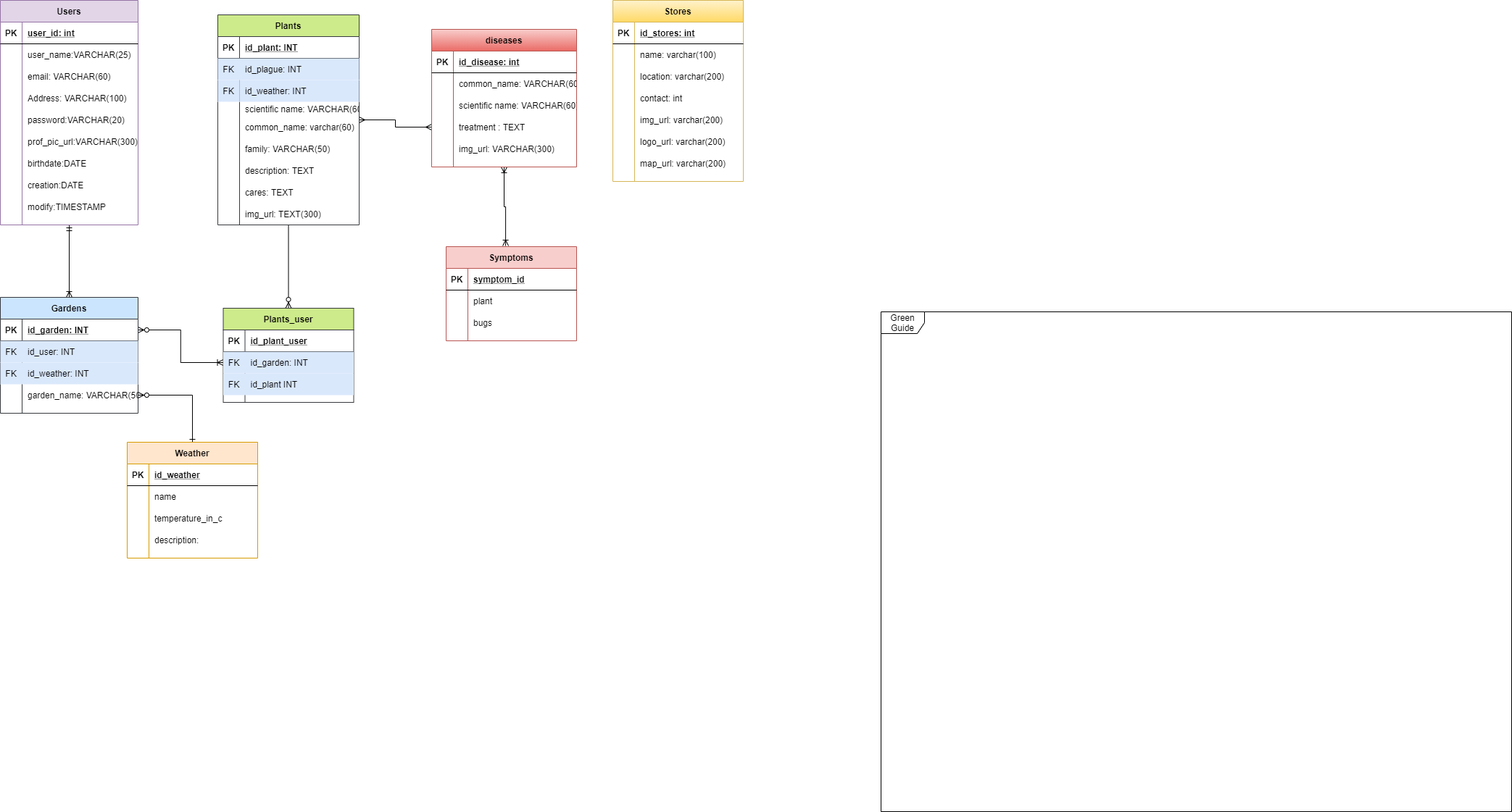
Green-Guide-utch/Entity-Relationship-Model keeps this draw.io diagram as Untitled Diagram.png. Above is the earlier version. Source tidied: cells renumbered, new cells last; positions are measured from the earlier drawing's top-left corner, leaving out a move shared by most shapes.
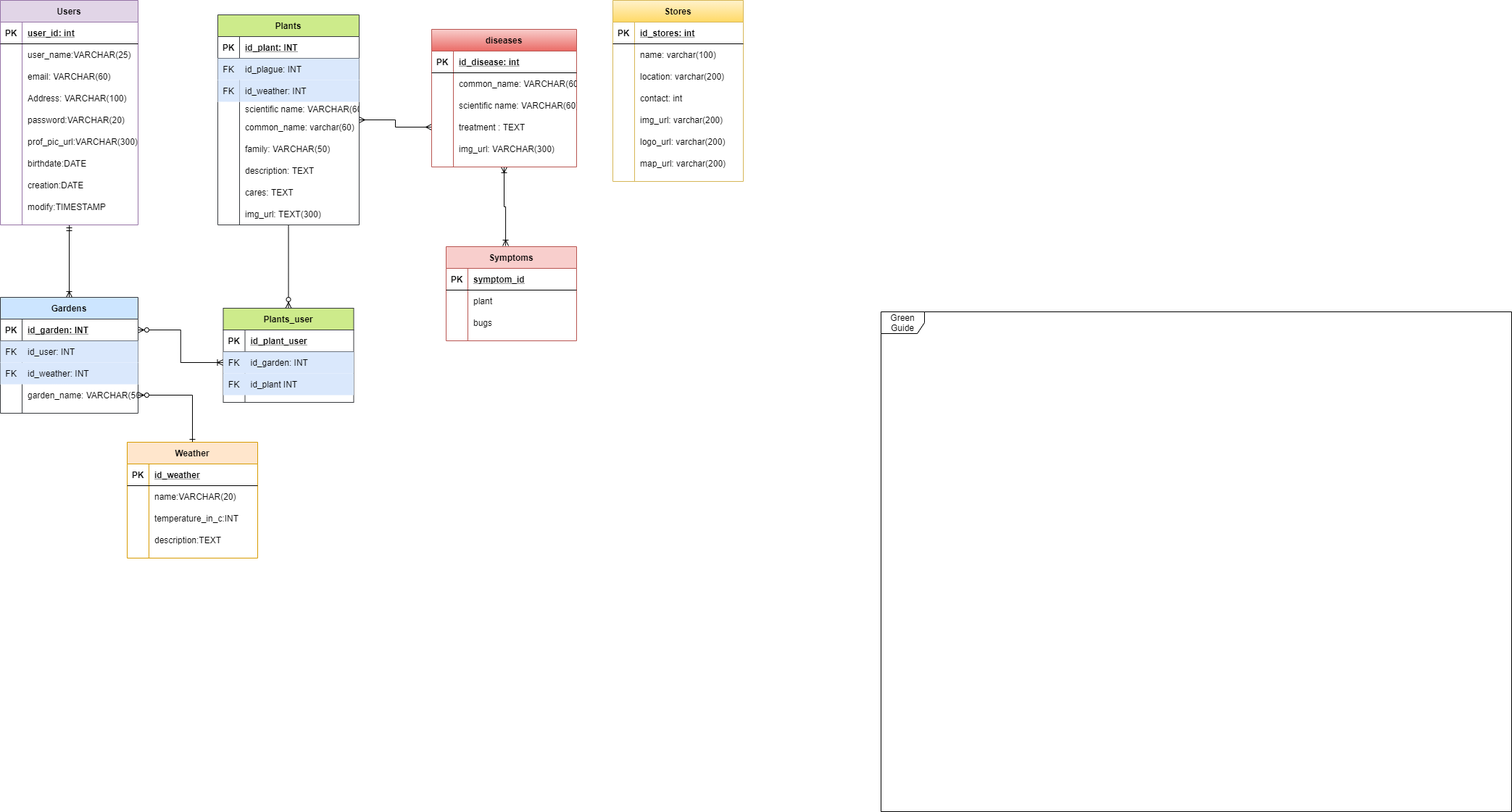
Above is the later version.

Change to the diagram source:
```diff
@@ -422,7 +422,7 @@
     <mxCell id="141" style="shape=partialRectangle;fillColor=none;top=0;left=0;bottom=0;right=0;overflow=hidden;" parent="140" vertex="1">
       <mxGeometry width="30" height="30" as="geometry" />
     </mxCell>
-    <mxCell id="142" value="name" style="shape=partialRectangle;fillColor=none;top=0;left=0;bottom=0;right=0;align=left;spacingLeft=6;overflow=hidden;" parent="140" vertex="1">
+    <mxCell id="142" value="name:VARCHAR(20)" style="shape=partialRectangle;fillColor=none;top=0;left=0;bottom=0;right=0;align=left;spacingLeft=6;overflow=hidden;" parent="140" vertex="1">
       <mxGeometry x="30" width="150" height="30" as="geometry" />
     </mxCell>
     <mxCell id="143" style="shape=partialRectangle;fillColor=none;top=0;left=0;bottom=0;right=0;" parent="136" vertex="1">
@@ -431,7 +431,7 @@
     <mxCell id="144" style="shape=partialRectangle;fillColor=none;top=0;left=0;bottom=0;right=0;overflow=hidden;" parent="143" vertex="1">
       <mxGeometry width="30" height="30" as="geometry" />
     </mxCell>
-    <mxCell id="145" value="temperature_in_c" style="shape=partialRectangle;fillColor=none;top=0;left=0;bottom=0;right=0;align=left;spacingLeft=6;overflow=hidden;" parent="143" vertex="1">
+    <mxCell id="145" value="temperature_in_c:INT" style="shape=partialRectangle;fillColor=none;top=0;left=0;bottom=0;right=0;align=left;spacingLeft=6;overflow=hidden;" parent="143" vertex="1">
       <mxGeometry x="30" width="150" height="30" as="geometry" />
     </mxCell>
     <mxCell id="146" style="shape=partialRectangle;fillColor=none;top=0;left=0;bottom=0;right=0;" parent="136" vertex="1">
@@ -440,7 +440,7 @@
     <mxCell id="147" style="shape=partialRectangle;fillColor=none;top=0;left=0;bottom=0;right=0;overflow=hidden;" parent="146" vertex="1">
       <mxGeometry width="30" height="30" as="geometry" />
     </mxCell>
-    <mxCell id="148" value="description:" style="shape=partialRectangle;fillColor=none;top=0;left=0;bottom=0;right=0;align=left;spacingLeft=6;overflow=hidden;" parent="146" vertex="1">
+    <mxCell id="148" value="description:TEXT" style="shape=partialRectangle;fillColor=none;top=0;left=0;bottom=0;right=0;align=left;spacingLeft=6;overflow=hidden;" parent="146" vertex="1">
       <mxGeometry x="30" width="150" height="30" as="geometry" />
     </mxCell>
   </root>
```
